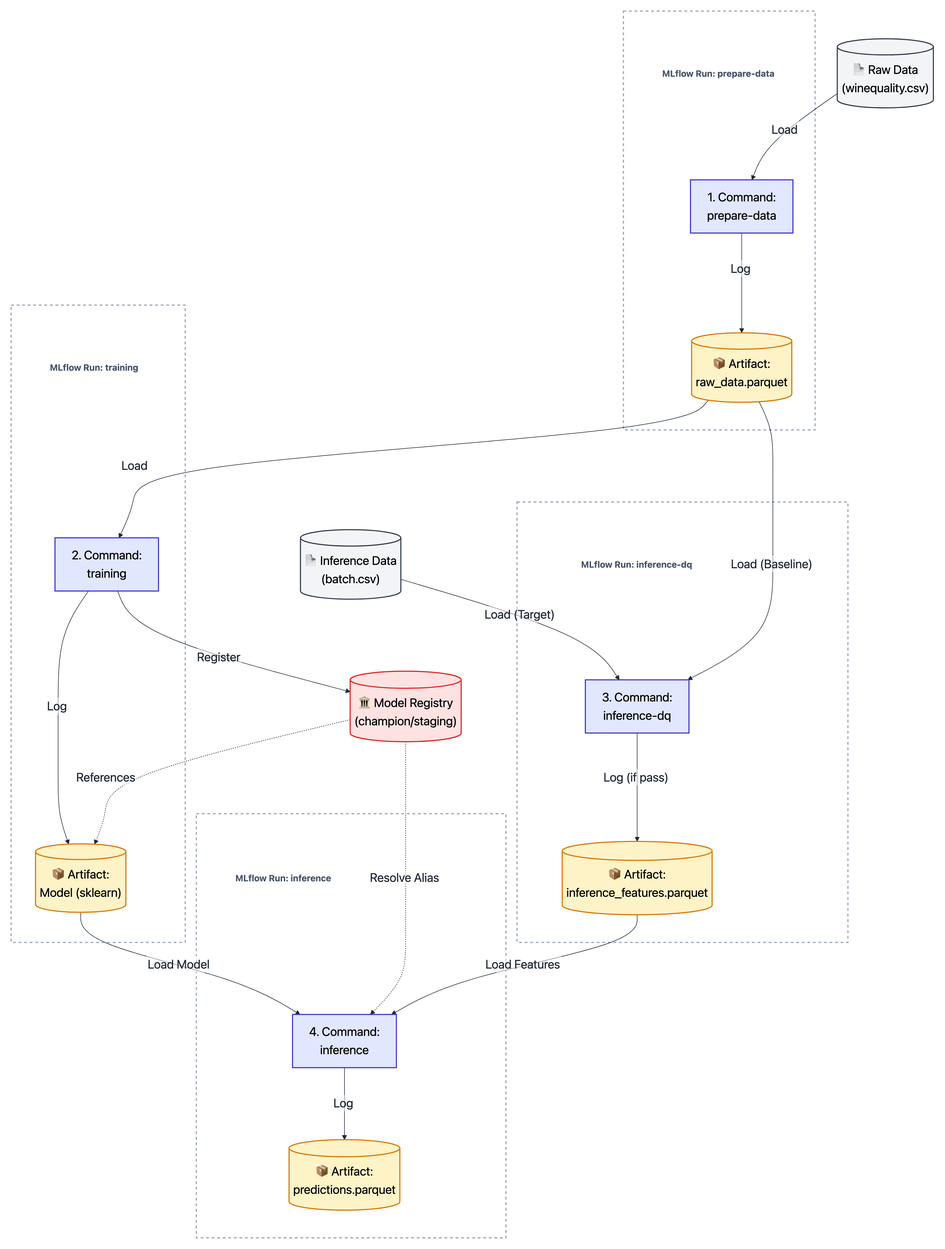
This is blogposts/deployable_machine_learning_part_1_architecture/workflow_diagram.png from tsuhina/blog_deployableml, a Mermaid export, as it was before one commit. Its source is kept beside it as blogposts/deployable_machine_learning_part_1_architecture/workflow_diagram.mmd. Source of this version:
```mermaid
flowchart TB
    RawData[("📄 Raw Data<br/>(winequality.csv)")]
    InferenceData[("📄 Inference Data<br/>(batch.csv)")]

    subgraph Run_Prepare [ ]
        direction TB
        Title_Prepare["MLflow Run: prepare-data"]
        PrepareStep["1. Command:<br/>prepare-data"]
        ArtRaw[("📦 Artifact:<br/>raw_data.parquet")]

        Title_Prepare ~~~ PrepareStep
        PrepareStep -->|"Log"| ArtRaw
    end

    subgraph Run_Training [ ]
        direction TB
        Title_Training["MLflow Run: training"]
        TrainStep["2. Command:<br/>training"]
        ArtModel[("📦 Artifact:<br/>Model (sklearn)")]

        Title_Training ~~~ TrainStep
        TrainStep -->|"Log"| ArtModel
    end

    subgraph Run_DQ [ ]
        direction TB
        Title_DQ["MLflow Run: inference-dq"]
        DQStep["3. Command:<br/>inference-dq"]
        ArtInfFeat[("📦 Artifact:<br/>inference_features.parquet")]

        Title_DQ ~~~ DQStep
        DQStep -->|"Log (if pass)"| ArtInfFeat
    end

    TrainStep ~~~ DQStep

    subgraph Run_Inference [ ]
        direction TB
        Title_Inference["MLflow Run: inference"]
        InferStep["4. Command:<br/>inference"]
        ArtPred[("📦 Artifact:<br/>predictions.parquet")]

        Title_Inference ~~~ InferStep
        InferStep -->|"Log"| ArtPred
    end

    Registry[("🏛️ Model Registry<br/>(champion/staging)")]


    RawData -->|"Load"| PrepareStep

    ArtRaw -->|"Load"| TrainStep
    TrainStep -->|"Register"| Registry
    Registry -.->|"References"| ArtModel

    InferenceData -->|"Load (Target)"| DQStep
    ArtRaw -->|"Load (Baseline)"| DQStep

    Registry -.->|"Resolve Alias"| InferStep
    ArtModel -->|"Load Model"| InferStep
    ArtInfFeat -->|"Load Features"| InferStep

    classDef step fill:#E0E7FF,stroke:#4338CA,stroke-width:2px,color:#000
    classDef data fill:#F3F4F6,stroke:#374151,stroke-width:2px,color:#000
    classDef artifact fill:#FEF3C7,stroke:#D97706,stroke-width:2px,color:#000
    classDef registry fill:#FEE2E2,stroke:#DC2626,stroke-width:2px,color:#000

    classDef runTitle fill:none,stroke:none,font-weight:bold,font-size:16px,color:#475569

    classDef runGroup fill:#FFFFFF,stroke:#94A3B8,stroke-width:2px,stroke-dasharray: 5 5,color:#475569

    class PrepareStep,TrainStep,DQStep,InferStep step
    class RawData,InferenceData data
    class ArtRaw,ArtModel,ArtInfFeat,ArtPred artifact
    class Registry registry
    class Run_Prepare,Run_Training,Run_DQ,Run_Inference runGroup
    class Title_Prepare,Title_Training,Title_DQ,Title_Inference runTitle
```
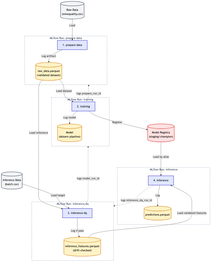
The same diagram one commit later.

Commit message:
Fix workflow diagram to reflect actual MLflow data flows

Diff of the diagram source:
```diff
@@ -1,77 +1,71 @@
 flowchart TB
-    RawData[("📄 Raw Data<br/>(winequality.csv)")]
-    InferenceData[("📄 Inference Data<br/>(batch.csv)")]
+    RawData[("Raw Data<br/>(winequality.csv)")]
+    InferenceFile[("Inference Data<br/>(batch.csv)")]
 
-    subgraph Run_Prepare [ ]
+    subgraph PrepPath[" "]
         direction TB
-        Title_Prepare["MLflow Run: prepare-data"]
-        PrepareStep["1. Command:<br/>prepare-data"]
-        ArtRaw[("📦 Artifact:<br/>raw_data.parquet")]
 
-        Title_Prepare ~~~ PrepareStep
-        PrepareStep -->|"Log"| ArtRaw
+        subgraph Run_Prepare[MLflow Run: prepare-data]
+            direction TB
+            PrepareStep["1. prepare-data"]
+            ArtRaw[("raw_data.parquet<br/>(validated dataset)")]
+            PrepareStep -->|"Log artifact"| ArtRaw
+        end
+
+        subgraph Run_Training[MLflow Run: training]
+            direction TB
+            TrainStep["2. training"]
+            ArtModel[("Model<br/>(sklearn pipeline)")]
+            TrainStep -->|"Log model"| ArtModel
+        end
     end
 
-    subgraph Run_Training [ ]
+    subgraph InfPath[" "]
         direction TB
-        Title_Training["MLflow Run: training"]
-        TrainStep["2. Command:<br/>training"]
-        ArtModel[("📦 Artifact:<br/>Model (sklearn)")]
 
-        Title_Training ~~~ TrainStep
-        TrainStep -->|"Log"| ArtModel
+        subgraph Run_DQ[MLflow Run: inference-dq]
+            direction TB
+            DQStep["3. inference-dq"]
+            ArtInfFeat[("inference_features.parquet<br/>(drift-checked)")]
+            DQStep -->|"Log if pass"| ArtInfFeat
+        end
+
+        subgraph Run_Inference[MLflow Run: inference]
+            direction TB
+            InferStep["4. inference"]
+            ArtPred[("predictions.parquet")]
+            InferStep -->|"Log"| ArtPred
+        end
     end
 
-    subgraph Run_DQ [ ]
-        direction TB
-        Title_DQ["MLflow Run: inference-dq"]
-        DQStep["3. Command:<br/>inference-dq"]
-        ArtInfFeat[("📦 Artifact:<br/>inference_features.parquet")]
-
-        Title_DQ ~~~ DQStep
-        DQStep -->|"Log (if pass)"| ArtInfFeat
-    end
-
-    TrainStep ~~~ DQStep
-
-    subgraph Run_Inference [ ]
-        direction TB
-        Title_Inference["MLflow Run: inference"]
-        InferStep["4. Command:<br/>inference"]
-        ArtPred[("📦 Artifact:<br/>predictions.parquet")]
-
-        Title_Inference ~~~ InferStep
-        InferStep -->|"Log"| ArtPred
-    end
-
-    Registry[("🏛️ Model Registry<br/>(champion/staging)")]
+    Registry[("Model Registry<br/>(staging/champion)")]
 
 
     RawData -->|"Load"| PrepareStep
 
-    ArtRaw -->|"Load"| TrainStep
+    ArtRaw -->|"Load dataset"| TrainStep
     TrainStep -->|"Register"| Registry
-    Registry -.->|"References"| ArtModel
 
-    InferenceData -->|"Load (Target)"| DQStep
-    ArtRaw -->|"Load (Baseline)"| DQStep
+    ArtRaw -->|"Load reference"| DQStep
+    InferenceFile -->|"Load target"| DQStep
 
-    Registry -.->|"Resolve Alias"| InferStep
-    ArtModel -->|"Load Model"| InferStep
-    ArtInfFeat -->|"Load Features"| InferStep
+    Registry -->|"Load by alias"| InferStep
+    ArtInfFeat -->|"Load validated features"| InferStep
+
+    TrainStep -.->|"logs prepare_run_id"| Run_Prepare
+    DQStep -.->|"logs model_run_id"| Run_Training
+    InferStep -.->|"logs inference_dq_run_id"| Run_DQ
 
     classDef step fill:#E0E7FF,stroke:#4338CA,stroke-width:2px,color:#000
     classDef data fill:#F3F4F6,stroke:#374151,stroke-width:2px,color:#000
     classDef artifact fill:#FEF3C7,stroke:#D97706,stroke-width:2px,color:#000
     classDef registry fill:#FEE2E2,stroke:#DC2626,stroke-width:2px,color:#000
-
-    classDef runTitle fill:none,stroke:none,font-weight:bold,font-size:16px,color:#475569
-
+    classDef pathGroup fill:#FFFFFF,stroke:none
     classDef runGroup fill:#FFFFFF,stroke:#94A3B8,stroke-width:2px,stroke-dasharray: 5 5,color:#475569
 
     class PrepareStep,TrainStep,DQStep,InferStep step
-    class RawData,InferenceData data
+    class RawData,InferenceFile data
     class ArtRaw,ArtModel,ArtInfFeat,ArtPred artifact
     class Registry registry
+    class PrepPath,InfPath pathGroup
     class Run_Prepare,Run_Training,Run_DQ,Run_Inference runGroup
-    class Title_Prepare,Title_Training,Title_DQ,Title_Inference runTitle
```
